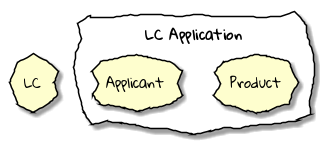
ddd-book-java/prem-website keeps this PlantUML diagram as images/lc-application.png. Above is the earlier version. Source of this version:
```plantuml
@startuml
skinparam CloudFontName "Gloria Hallelujah"
skinparam handwritten true
cloud "LC Application" as App {
  cloud Product
  cloud Applicant
}
cloud LC

@enduml
```
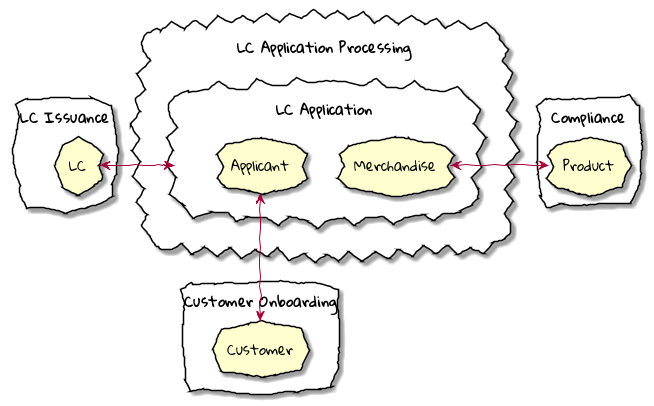
Later version of the same file.

Diff of the diagram source:
```diff
@@ -1,10 +1,24 @@
 @startuml
 skinparam CloudFontName "Gloria Hallelujah"
 skinparam handwritten true
-cloud "LC Application" as App {
-  cloud Product
-  cloud Applicant
+
+cloud "LC Issuance" as issuance {
+  cloud LC
 }
-cloud LC
+cloud "LC Application Processing" {
+  cloud "LC Application" as App {
+    cloud Merchandise as p1
+    cloud Applicant
+  }
+}
+cloud Compliance {
+  cloud Product as p2
+}
+cloud "Customer Onboarding" as onboarding {
+  cloud Customer as customer
+}
+LC <-> App
+p1 <-> p2
+Applicant <--> customer
 
 @enduml
```
